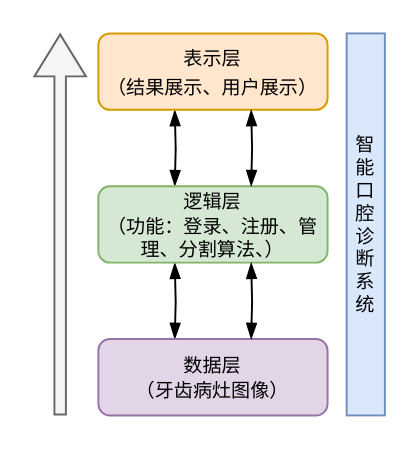
qjl988/drawio keeps this draw.io diagram as page "系统架构" (1 of 2) of 第五章绘图.drawio. Above is the earlier version. Source tidied: cells renumbered, new cells numbered last; positions are measured from the earlier drawing's top-left corner, leaving out a move shared by most shapes. Both pictures are drawn from the tidied source at 191%, with x=0, y=0 at pixel (59, 32).
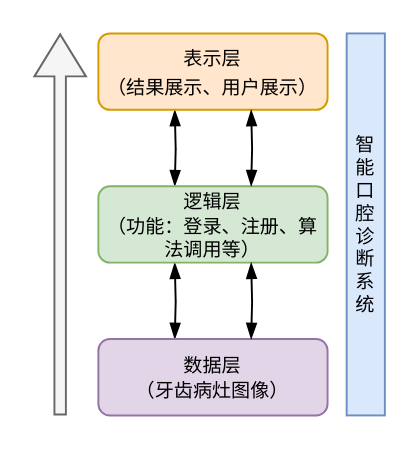
After the change.

Diff of the diagram source:
```diff
@@
 <mxGraphModel>
   <root>
     <mxCell id="0" />
     <mxCell id="1" parent="0" />
     <mxCell id="2" style="edgeStyle=orthogonalEdgeStyle;rounded=0;orthogonalLoop=1;jettySize=auto;html=1;entryX=0.5;entryY=1;entryDx=0;entryDy=0;endArrow=blockThin;endFill=1;startArrow=blockThin;startFill=1;" parent="1" edge="1">
       <mxGeometry relative="1" as="geometry">
         <mxPoint x="60" y="160" as="sourcePoint" />
         <mxPoint x="60" y="120" as="targetPoint" />
       </mxGeometry>
     </mxCell>
     <mxCell id="3" value="&lt;span style=&quot;font-family: 宋体; font-size: 10px;&quot;&gt;数据层&lt;/span&gt;&lt;div style=&quot;font-family: 宋体; font-size: 10px;&quot;&gt;（牙齿病灶图像）&lt;/div&gt;" style="rounded=1;whiteSpace=wrap;html=1;fillColor=#e1d5e7;strokeColor=#9673a6;" parent="1" vertex="1">
       <mxGeometry x="20" y="160" width="120" height="40" as="geometry" />
     </mxCell>
     <mxCell id="4" style="edgeStyle=orthogonalEdgeStyle;rounded=0;orthogonalLoop=1;jettySize=auto;html=1;entryX=0.5;entryY=1;entryDx=0;entryDy=0;startArrow=blockThin;startFill=1;endArrow=blockThin;endFill=1;" parent="1" edge="1">
       <mxGeometry relative="1" as="geometry">
         <mxPoint x="60" y="80" as="sourcePoint" />
         <mxPoint x="60" y="40" as="targetPoint" />
       </mxGeometry>
     </mxCell>
-    <mxCell id="5" value="&lt;span style=&quot;font-family: 宋体; font-size: 10px;&quot;&gt;逻辑层&lt;/span&gt;&lt;div style=&quot;font-family: 宋体; font-size: 10px;&quot;&gt;（功能：登录、注册、管理、分割算法、）&lt;/div&gt;" style="rounded=1;whiteSpace=wrap;html=1;fillColor=#d5e8d4;strokeColor=#82b366;" parent="1" vertex="1">
+    <mxCell id="5" value="&lt;span style=&quot;font-family: 宋体; font-size: 10px;&quot;&gt;逻辑层&lt;/span&gt;&lt;div style=&quot;font-family: 宋体; font-size: 10px;&quot;&gt;（功能：登录、注册、算法调用等）&lt;/div&gt;" style="rounded=1;whiteSpace=wrap;html=1;fillColor=#d5e8d4;strokeColor=#82b366;" parent="1" vertex="1">
       <mxGeometry x="20" y="80" width="120" height="40" as="geometry" />
     </mxCell>
     <mxCell id="6" value="&lt;font face=&quot;宋体&quot;&gt;&lt;span style=&quot;font-size: 10px;&quot;&gt;表示层&lt;/span&gt;&lt;/font&gt;&lt;div&gt;&lt;font face=&quot;宋体&quot;&gt;&lt;span style=&quot;font-size: 10px;&quot;&gt;（结果展示、用户展示）&lt;/span&gt;&lt;/font&gt;&lt;/div&gt;" style="rounded=1;whiteSpace=wrap;html=1;fillColor=#ffe6cc;strokeColor=#d79b00;" parent="1" vertex="1">
       <mxGeometry x="20" width="120" height="40" as="geometry" />
     </mxCell>
     <mxCell id="7" style="shape=flexArrow;endArrow=classic;html=1;rounded=0;fillColor=#f5f5f5;strokeColor=#666666;endSize=7;startSize=6;targetPerimeterSpacing=0;width=6;" parent="1" edge="1">
       <mxGeometry relative="1" as="geometry">
         <mxPoint y="200" as="sourcePoint" />
         <mxPoint as="targetPoint" />
       </mxGeometry>
     </mxCell>
     <mxCell id="8" style="edgeStyle=orthogonalEdgeStyle;rounded=0;orthogonalLoop=1;jettySize=auto;html=1;entryX=0.5;entryY=1;entryDx=0;entryDy=0;startArrow=blockThin;startFill=1;endArrow=blockThin;endFill=1;" parent="1" edge="1">
       <mxGeometry relative="1" as="geometry">
         <mxPoint x="100" y="80" as="sourcePoint" />
         <mxPoint x="100" y="40" as="targetPoint" />
       </mxGeometry>
     </mxCell>
     <mxCell id="9" style="edgeStyle=orthogonalEdgeStyle;rounded=0;orthogonalLoop=1;jettySize=auto;html=1;entryX=0.5;entryY=1;entryDx=0;entryDy=0;endArrow=blockThin;endFill=1;startArrow=blockThin;startFill=1;" parent="1" edge="1">
       <mxGeometry relative="1" as="geometry">
         <mxPoint x="100" y="160" as="sourcePoint" />
         <mxPoint x="100" y="120" as="targetPoint" />
       </mxGeometry>
     </mxCell>
     <mxCell id="10" value="智能口腔诊断系统" style="rounded=0;whiteSpace=wrap;html=1;fillColor=#dae8fc;strokeColor=#6c8ebf;fontSize=10;fontFamily=宋体;" parent="1" vertex="1">
       <mxGeometry x="150" width="20" height="200" as="geometry" />
     </mxCell>
   </root>
 </mxGraphModel>
```
